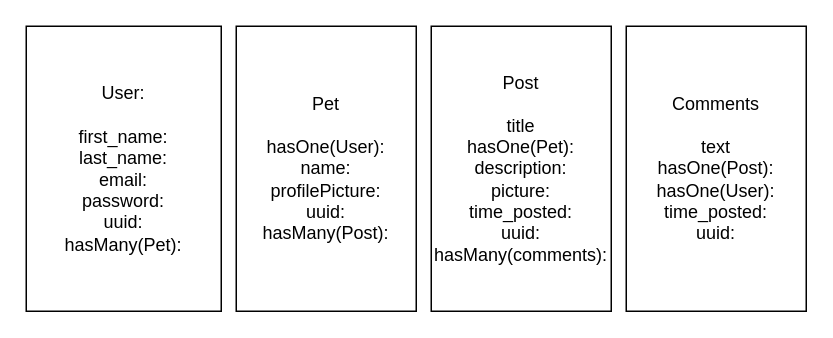
Earlier version of the draw.io diagram page "Models" (2 of 4) of .dio (eljayman/pet-feed). Source tidied: cells renumbered, new cells numbered last; positions are measured from the earlier drawing's top-left corner, leaving out a move shared by most shapes. Both pictures are drawn from the tidied source at 150%, with x=0, y=0 at pixel (26, 26).
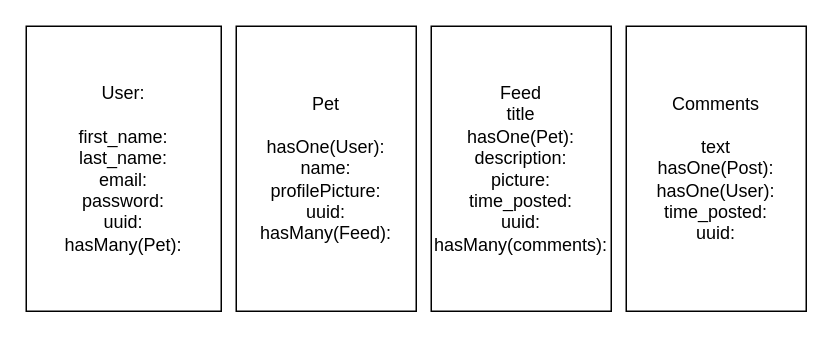
Above is the later version.

Change to the diagram source:
```diff
@@
 <mxGraphModel>
   <root>
     <mxCell id="0" />
     <mxCell id="1" parent="0" />
     <mxCell id="2" value="User:&lt;br&gt;&lt;br&gt;first_name:&lt;br&gt;last_name:&lt;br&gt;email:&lt;br&gt;password:&lt;br&gt;uuid:&lt;br&gt;hasMany(Pet):&lt;br&gt;" style="whiteSpace=wrap;html=1;" parent="1" vertex="1">
       <mxGeometry width="130" height="190" as="geometry" />
     </mxCell>
-    <mxCell id="3" value="Pet&lt;br&gt;&lt;br&gt;hasOne(User):&lt;br&gt;name:&lt;br&gt;profilePicture:&lt;br&gt;uuid:&lt;br&gt;hasMany(Post):" style="whiteSpace=wrap;html=1;" parent="1" vertex="1">
+    <mxCell id="3" value="Pet&lt;br&gt;&lt;br&gt;hasOne(User):&lt;br&gt;name:&lt;br&gt;profilePicture:&lt;br&gt;uuid:&lt;br&gt;hasMany(Feed):" style="whiteSpace=wrap;html=1;" parent="1" vertex="1">
       <mxGeometry x="140" width="120" height="190" as="geometry" />
     </mxCell>
-    <mxCell id="4" value="Post&lt;br&gt;&lt;br&gt;title&lt;br&gt;hasOne(Pet):&lt;br&gt;description:&lt;br&gt;picture:&lt;br&gt;time_posted:&lt;br&gt;uuid:&lt;br&gt;hasMany(comments):" style="whiteSpace=wrap;html=1;" parent="1" vertex="1">
+    <mxCell id="4" value="Feed&lt;br&gt;title&lt;br&gt;hasOne(Pet):&lt;br&gt;description:&lt;br&gt;picture:&lt;br&gt;time_posted:&lt;br&gt;uuid:&lt;br&gt;hasMany(comments):" style="whiteSpace=wrap;html=1;" parent="1" vertex="1">
       <mxGeometry x="270" width="120" height="190" as="geometry" />
     </mxCell>
     <mxCell id="5" value="Comments&lt;br&gt;&lt;br&gt;text&lt;br&gt;hasOne(Post):&lt;br&gt;hasOne(User):&lt;br&gt;time_posted:&lt;br&gt;uuid:" style="rounded=0;whiteSpace=wrap;html=1;" parent="1" vertex="1">
       <mxGeometry x="400" width="120" height="190" as="geometry" />
     </mxCell>
   </root>
 </mxGraphModel>
```
